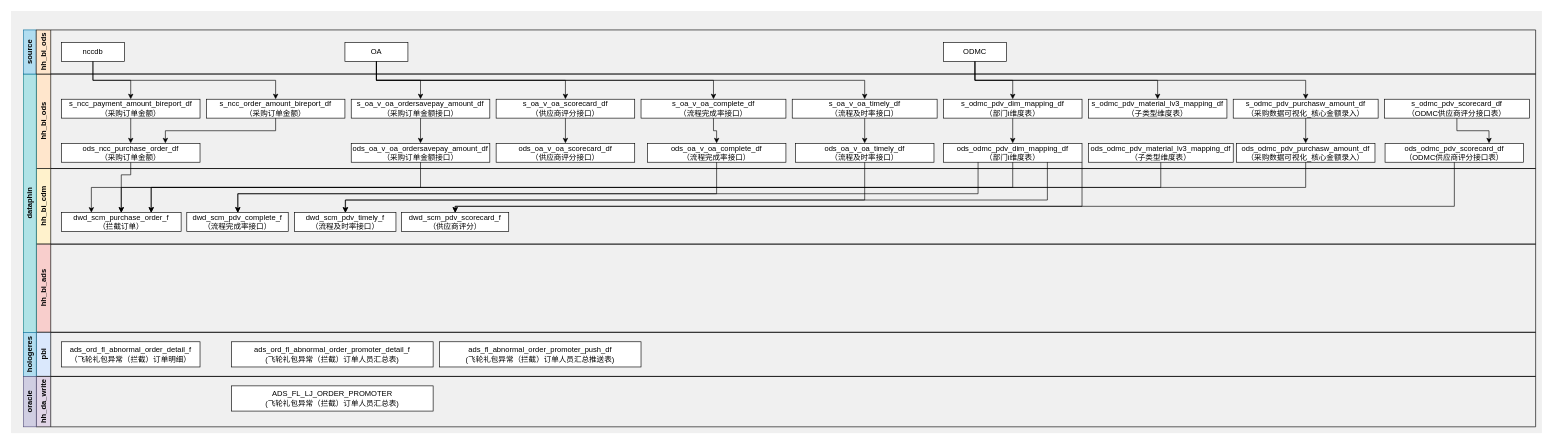
ztacode/drawio keeps this draw.io diagram as 采购可视化.drawio. Above is the earlier version. Source tidied: cells renumbered, new cells numbered last; positions are measured from the earlier drawing's top-left corner, leaving out a move shared by most shapes. Both pictures are drawn from the tidied source at 63%, with x=0, y=0 at pixel (11, 11).
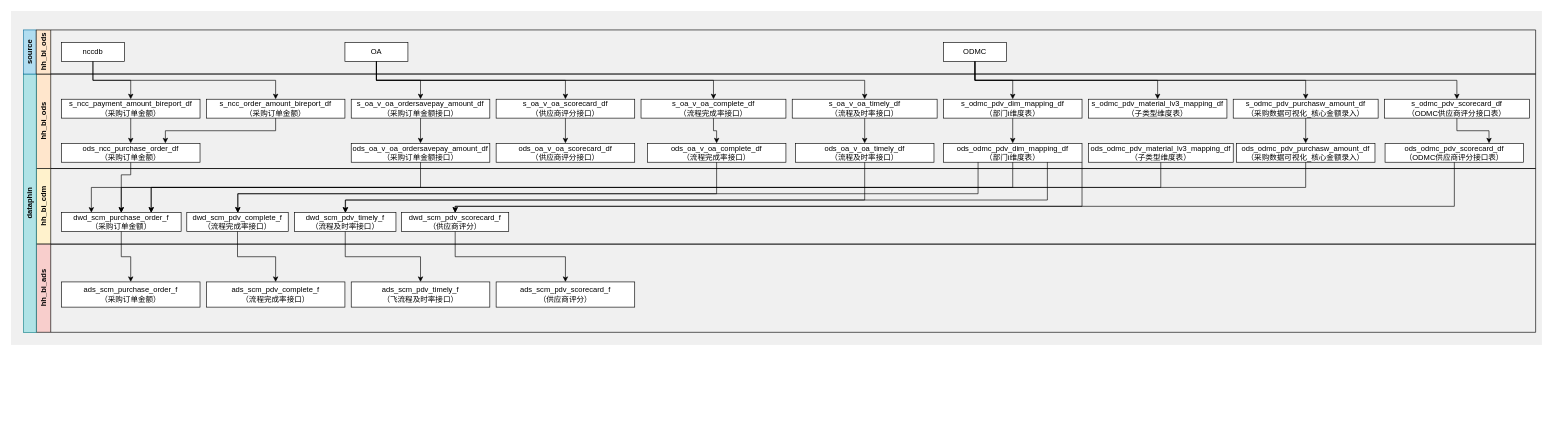
After the change.

Commit message:
更新采购可视化.drawio

Unchanged cells that the change refers to:
```xml
<mxCell id="20" value="s_odmc_pdv_scorecard_df&lt;br&gt;（ODMC供应商评分接口表&lt;span style=&quot;background-color: initial;&quot;&gt;）&lt;/span&gt;" style="rounded=0;whiteSpace=wrap;html=1;" parent="3" vertex="1">
  <mxGeometry x="2140" y="40" width="230" height="30" as="geometry" />
</mxCell>
<mxCell id="28" value="hh_bi_cdm" style="swimlane;horizontal=0;whiteSpace=wrap;html=1;startSize=23;fillColor=#fff2cc;strokeColor=default;" parent="1" vertex="1">
  <mxGeometry x="40" y="250" width="2380" height="120" as="geometry" />
</mxCell>
<mxCell id="30" value="&lt;a name=&quot;OLE_LINK1&quot;&gt;dwd_scm_pdv_complete_f（流程完成率接口）&lt;br&gt;&lt;/a&gt;" style="rounded=0;whiteSpace=wrap;html=1;" parent="28" vertex="1">
  <mxGeometry x="239" y="70" width="161" height="30" as="geometry" />
</mxCell>
<mxCell id="31" value="&lt;a name=&quot;OLE_LINK1&quot;&gt;dwd_scm_pdv_timely_f&lt;br&gt;（流程及时率接口）&lt;br&gt;&lt;/a&gt;" style="rounded=0;whiteSpace=wrap;html=1;" parent="28" vertex="1">
  <mxGeometry x="410" y="70" width="161" height="30" as="geometry" />
</mxCell>
<mxCell id="32" value="&lt;a name=&quot;OLE_LINK1&quot;&gt;dwd_scm_pdv_scorecard_f（供应商评分）&lt;br&gt;&lt;/a&gt;" style="rounded=0;whiteSpace=wrap;html=1;" parent="28" vertex="1">
  <mxGeometry x="580" y="70" width="170" height="30" as="geometry" />
</mxCell>
<mxCell id="33" value="hh_bi_ads" style="swimlane;horizontal=0;whiteSpace=wrap;html=1;startSize=23;fillColor=#f8cecc;strokeColor=default;" parent="1" vertex="1">
  <mxGeometry x="40" y="370" width="2380" height="140" as="geometry" />
</mxCell>
<mxCell id="47" value="ODMC" style="rounded=0;whiteSpace=wrap;html=1;" parent="44" vertex="1">
  <mxGeometry x="1440" y="20" width="100" height="30" as="geometry" />
</mxCell>
```

Change to the diagram source:
```diff
@@
     <mxCell id="2" style="rounded=0;whiteSpace=wrap;html=1;fillColor=#F0F0F0;strokeColor=none;" parent="1" vertex="1">
-      <mxGeometry width="2430" height="670" as="geometry" />
+      <mxGeometry width="2430" height="530" as="geometry" />
     </mxCell>
@@
-    <mxCell id="29" value="dwd_scm_purchase_order_f&lt;br&gt;（拦截订单）" style="rounded=0;whiteSpace=wrap;html=1;" parent="28" vertex="1">
+    <mxCell id="29" value="dwd_scm_purchase_order_f&lt;br&gt;（采购订单金额）" style="rounded=0;whiteSpace=wrap;html=1;" parent="28" vertex="1">
       <mxGeometry x="40" y="70" width="190" height="30" as="geometry" />
     </mxCell>
@@
-    <mxCell id="34" value="pbi" style="swimlane;horizontal=0;whiteSpace=wrap;html=1;startSize=23;fillColor=#dae8fc;strokeColor=default;" parent="1" vertex="1">
-      <mxGeometry x="40" y="510" width="2380" height="70" as="geometry" />
-    </mxCell>
-    <mxCell id="35" value="ads_ord_fl_abnormal_order_detail_f&lt;br&gt;（飞轮礼包异常（拦截）订单明细）" style="rounded=0;whiteSpace=wrap;html=1;" parent="34" vertex="1">
-      <mxGeometry x="40" y="15" width="220" height="40" as="geometry" />
-    </mxCell>
-    <mxCell id="36" value="ads_ord_fl_abnormal_order_promoter_detail_f&lt;br&gt;(飞轮礼包异常（拦截）订单人员汇总表)" style="rounded=0;whiteSpace=wrap;html=1;" parent="34" vertex="1">
-      <mxGeometry x="310" y="15" width="320" height="40" as="geometry" />
-    </mxCell>
-    <mxCell id="37" value="ads_fl_abnormal_order_promoter_push_df&lt;br&gt;&lt;span style=&quot;background-color: initial;&quot;&gt;(飞轮礼包异常（拦截）订单人员汇总推送表)&lt;/span&gt;" style="rounded=0;whiteSpace=wrap;html=1;" parent="34" vertex="1">
-      <mxGeometry x="640" y="15" width="320" height="40" as="geometry" />
-    </mxCell>
+    <mxCell id="72" value="ads_scm_pdv_complete_f&lt;br&gt;（&lt;a style=&quot;border-color: var(--border-color);&quot; name=&quot;OLE_LINK1&quot;&gt;流程完成率接口&lt;/a&gt;）" style="rounded=0;whiteSpace=wrap;html=1;" parent="33" vertex="1">
+      <mxGeometry x="270" y="60" width="220" height="40" as="geometry" />
+    </mxCell>
+    <mxCell id="73" value="ads_scm_pdv_scorecard_f&lt;br&gt;（&lt;a style=&quot;border-color: var(--border-color);&quot; name=&quot;OLE_LINK1&quot;&gt;供应商评分&lt;/a&gt;）" style="rounded=0;whiteSpace=wrap;html=1;" parent="33" vertex="1">
+      <mxGeometry x="730" y="60" width="220" height="40" as="geometry" />
+    </mxCell>
@@
-    <mxCell id="39" value="hologeres" style="rounded=0;whiteSpace=wrap;html=1;horizontal=0;fontStyle=1;fillColor=#b1ddf0;strokeColor=#10739e;" parent="1" vertex="1">
-      <mxGeometry x="20" y="510" width="20" height="70" as="geometry" />
-    </mxCell>
-    <mxCell id="40" value="hh_da_write" style="swimlane;horizontal=0;whiteSpace=wrap;html=1;startSize=23;fillColor=#e1d5e7;strokeColor=default;" parent="1" vertex="1">
-      <mxGeometry x="40" y="580" width="2380" height="80" as="geometry" />
-    </mxCell>
-    <mxCell id="41" value="ADS_FL_LJ_ORDER_PROMOTER&lt;br&gt;(飞轮礼包异常（拦截）订单人员汇总表)" style="rounded=0;whiteSpace=wrap;html=1;" parent="40" vertex="1">
-      <mxGeometry x="310" y="15" width="320" height="40" as="geometry" />
-    </mxCell>
-    <mxCell id="42" value="oracle" style="rounded=0;whiteSpace=wrap;html=1;horizontal=0;fontStyle=1;fillColor=#d0cee2;strokeColor=#56517e;" parent="1" vertex="1">
-      <mxGeometry x="20" y="580" width="20" height="80" as="geometry" />
-    </mxCell>
@@
+    <mxCell id="74" value="ads_scm_purchase_order_f&lt;br&gt;（采购订单金额）" style="rounded=0;whiteSpace=wrap;html=1;" parent="1" vertex="1">
+      <mxGeometry x="80" y="430" width="220" height="40" as="geometry" />
+    </mxCell>
+    <mxCell id="75" value="ads_scm_pdv_timely_f&lt;br&gt;（飞&lt;a style=&quot;border-color: var(--border-color);&quot; name=&quot;OLE_LINK1&quot;&gt;流程及时率接口&lt;/a&gt;）" style="rounded=0;whiteSpace=wrap;html=1;" parent="1" vertex="1">
+      <mxGeometry x="540" y="430" width="220" height="40" as="geometry" />
+    </mxCell>
+    <mxCell id="76" style="edgeStyle=orthogonalEdgeStyle;rounded=0;jettySize=auto;html=1;" parent="1" edge="1" source="29" target="74">
+      <mxGeometry relative="1" as="geometry" />
+    </mxCell>
+    <mxCell id="77" style="edgeStyle=orthogonalEdgeStyle;rounded=0;jettySize=auto;html=1;" parent="1" edge="1" source="30" target="72">
+      <mxGeometry relative="1" as="geometry" />
+    </mxCell>
+    <mxCell id="78" style="edgeStyle=orthogonalEdgeStyle;rounded=0;jettySize=auto;html=1;" parent="1" edge="1" source="31" target="75">
+      <mxGeometry relative="1" as="geometry" />
+    </mxCell>
+    <mxCell id="79" style="edgeStyle=orthogonalEdgeStyle;rounded=0;jettySize=auto;html=1;exitX=0.5;exitY=1;exitDx=0;exitDy=0;entryX=0.5;entryY=0;entryDx=0;entryDy=0;" parent="1" edge="1" source="32" target="73">
+      <mxGeometry relative="1" as="geometry" />
+    </mxCell>
+    <mxCell id="80" style="edgeStyle=orthogonalEdgeStyle;rounded=0;jettySize=auto;html=1;exitX=0.5;exitY=1;exitDx=0;exitDy=0;" parent="1" edge="1" source="47" target="20">
+      <mxGeometry relative="1" as="geometry" />
+    </mxCell>
```
